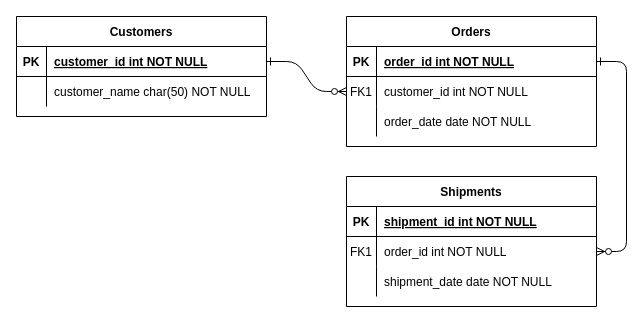
Earlier version of the draw.io diagram db.drawio (dynamic2code/Mkulima-connect-). Source tidied: cells renumbered, new cells numbered last; positions are measured from the earlier drawing's top-left corner, leaving out a move shared by most shapes. Both pictures are drawn from the tidied source at 100%, with x=0, y=0 at pixel (16, 16).
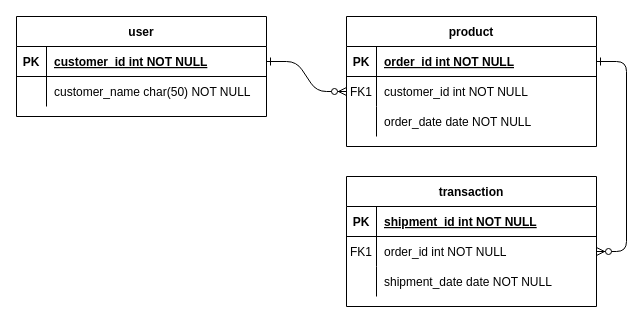
After the change.

Diff of the diagram source:
```diff
@@
-    <mxCell id="4" value="Orders" style="shape=table;startSize=30;childLayout=tableLayout;rowLines=0;fontStyle=1;align=center;" parent="1" vertex="1">
+    <mxCell id="4" value="product" style="shape=table;startSize=30;childLayout=tableLayout;rowLines=0;fontStyle=1;align=center;" parent="1" vertex="1">
       <mxGeometry x="330" width="250" height="130" as="geometry" />
     </mxCell>
@@
-    <mxCell id="14" value="Shipments" style="shape=table;startSize=30;childLayout=tableLayout;rowLines=0;fontStyle=1;align=center;" parent="1" vertex="1">
+    <mxCell id="14" value="transaction" style="shape=table;startSize=30;childLayout=tableLayout;rowLines=0;fontStyle=1;align=center;" parent="1" vertex="1">
       <mxGeometry x="330" y="160" width="250" height="130" as="geometry" />
     </mxCell>
@@
-    <mxCell id="24" value="Customers" style="shape=table;startSize=30;childLayout=tableLayout;rowLines=0;fontStyle=1;align=center;" parent="1" vertex="1">
+    <mxCell id="24" value="user" style="shape=table;startSize=30;childLayout=tableLayout;rowLines=0;fontStyle=1;align=center;" parent="1" vertex="1">
       <mxGeometry width="250" height="100" as="geometry" />
     </mxCell>
```
